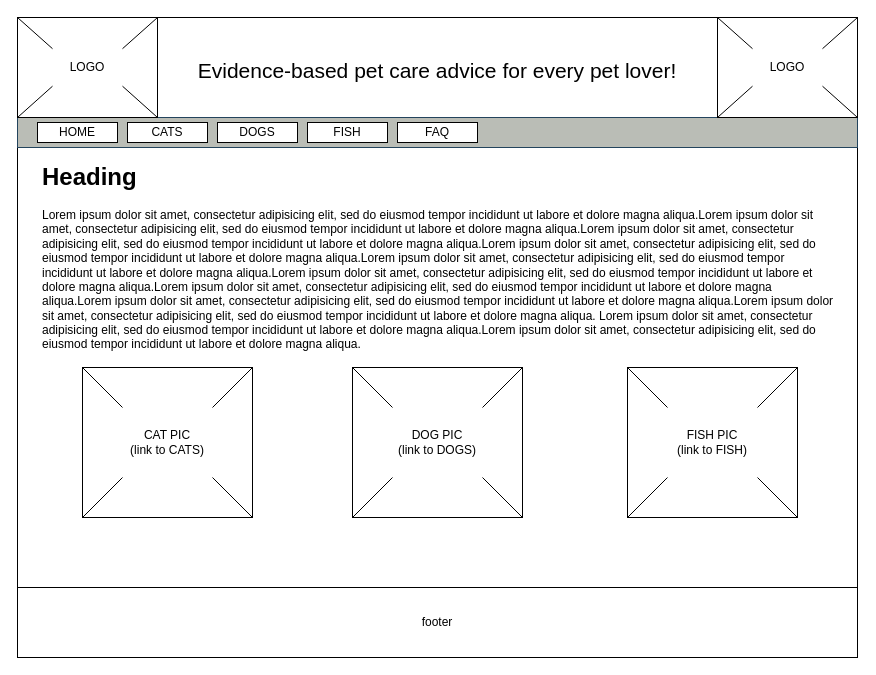
Before: wireframe.drawio in airbaggrenade/WGU-D284, a draw.io diagram. Source tidied: cells renumbered, new cells numbered last; positions are measured from the earlier drawing's top-left corner, leaving out a move shared by most shapes. Both pictures are drawn from the tidied source at 100%, with x=0, y=0 at pixel (17, 17).
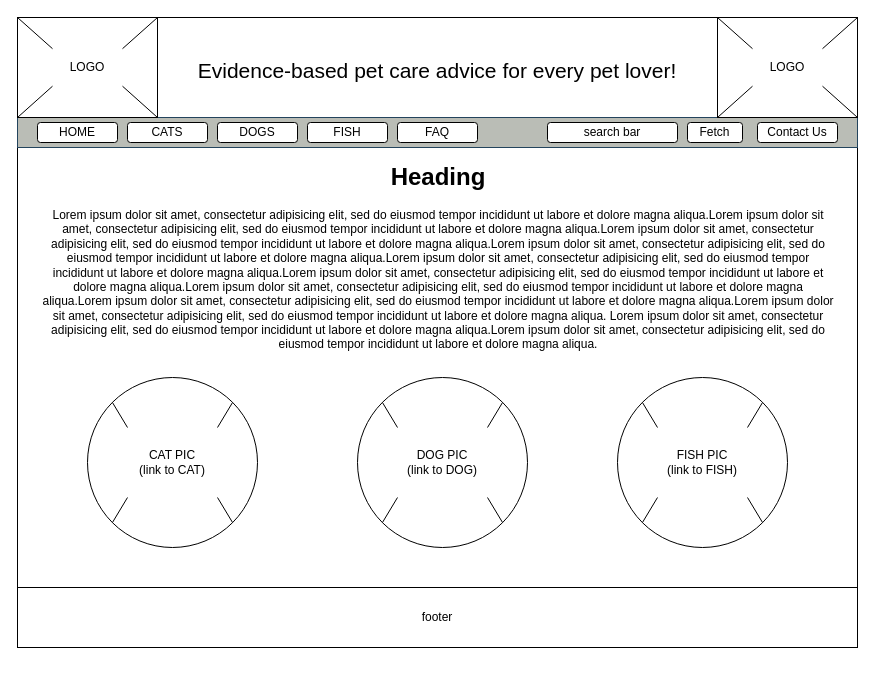
After the change.

Diff of the diagram source:
```diff
@@
     <mxCell id="2" style="rounded=0;whiteSpace=wrap;html=1;" parent="1" vertex="1">
-      <mxGeometry width="840" height="640" as="geometry" />
+      <mxGeometry width="840" height="630" as="geometry" />
     </mxCell>
@@
-    <mxCell id="5" value="HOME" style="rounded=0;whiteSpace=wrap;html=1;" parent="1" vertex="1">
+    <mxCell id="5" value="HOME" style="rounded=1;whiteSpace=wrap;html=1;glass=0;" parent="1" vertex="1">
       <mxGeometry x="20" y="105" width="80" height="20" as="geometry" />
     </mxCell>
-    <mxCell id="6" value="CATS" style="rounded=0;whiteSpace=wrap;html=1;" parent="1" vertex="1">
+    <mxCell id="6" value="CATS" style="rounded=1;whiteSpace=wrap;html=1;" parent="1" vertex="1">
       <mxGeometry x="110" y="105" width="80" height="20" as="geometry" />
     </mxCell>
-    <mxCell id="7" value="DOGS" style="rounded=0;whiteSpace=wrap;html=1;" parent="1" vertex="1">
+    <mxCell id="7" value="DOGS" style="rounded=1;whiteSpace=wrap;html=1;" parent="1" vertex="1">
       <mxGeometry x="200" y="105" width="80" height="20" as="geometry" />
     </mxCell>
-    <mxCell id="8" value="FISH" style="rounded=0;whiteSpace=wrap;html=1;" parent="1" vertex="1">
+    <mxCell id="8" value="FISH" style="rounded=1;whiteSpace=wrap;html=1;" parent="1" vertex="1">
       <mxGeometry x="290" y="105" width="80" height="20" as="geometry" />
     </mxCell>
-    <mxCell id="9" value="FAQ" style="rounded=0;whiteSpace=wrap;html=1;" parent="1" vertex="1">
+    <mxCell id="9" value="FAQ" style="rounded=1;whiteSpace=wrap;html=1;" parent="1" vertex="1">
       <mxGeometry x="380" y="105" width="80" height="20" as="geometry" />
     </mxCell>
-    <mxCell id="10" value="&lt;h1&gt;Heading&lt;/h1&gt;&lt;p&gt;Lorem ipsum dolor sit amet, consectetur adipisicing elit, sed do eiusmod tempor incididunt ut labore et dolore magna aliqua.Lorem ipsum dolor sit amet, consectetur adipisicing elit, sed do eiusmod tempor incididunt ut labore et dolore magna aliqua.Lorem ipsum dolor sit amet, consectetur adipisicing elit, sed do eiusmod tempor incididunt ut labore et dolore magna aliqua.Lorem ipsum dolor sit amet, consectetur adipisicing elit, sed do eiusmod tempor incididunt ut labore et dolore magna aliqua.Lorem ipsum dolor sit amet, consectetur adipisicing elit, sed do eiusmod tempor incididunt ut labore et dolore magna aliqua.Lorem ipsum dolor sit amet, consectetur adipisicing elit, sed do eiusmod tempor incididunt ut labore et dolore magna aliqua.Lorem ipsum dolor sit amet, consectetur adipisicing elit, sed do eiusmod tempor incididunt ut labore et dolore magna aliqua.Lorem ipsum dolor sit amet, consectetur adipisicing elit, sed do eiusmod tempor incididunt ut labore et dolore magna aliqua.Lorem ipsum dolor sit amet, consectetur adipisicing elit, sed do eiusmod tempor incididunt ut labore et dolore magna aliqua. Lorem ipsum dolor sit amet, consectetur adipisicing elit, sed do eiusmod tempor incididunt ut labore et dolore magna aliqua.Lorem ipsum dolor sit amet, consectetur adipisicing elit, sed do eiusmod tempor incididunt ut labore et dolore magna aliqua.&lt;/p&gt;" style="text;html=1;spacing=5;spacingTop=-20;whiteSpace=wrap;overflow=hidden;rounded=0;" parent="1" vertex="1">
+    <mxCell id="10" value="&lt;h1 align=&quot;center&quot;&gt;Heading&lt;/h1&gt;&lt;p align=&quot;center&quot;&gt;Lorem ipsum dolor sit amet, consectetur adipisicing elit, sed do eiusmod tempor incididunt ut labore et dolore magna aliqua.Lorem ipsum dolor sit amet, consectetur adipisicing elit, sed do eiusmod tempor incididunt ut labore et dolore magna aliqua.Lorem ipsum dolor sit amet, consectetur adipisicing elit, sed do eiusmod tempor incididunt ut labore et dolore magna aliqua.Lorem ipsum dolor sit amet, consectetur adipisicing elit, sed do eiusmod tempor incididunt ut labore et dolore magna aliqua.Lorem ipsum dolor sit amet, consectetur adipisicing elit, sed do eiusmod tempor incididunt ut labore et dolore magna aliqua.Lorem ipsum dolor sit amet, consectetur adipisicing elit, sed do eiusmod tempor incididunt ut labore et dolore magna aliqua.Lorem ipsum dolor sit amet, consectetur adipisicing elit, sed do eiusmod tempor incididunt ut labore et dolore magna aliqua.Lorem ipsum dolor sit amet, consectetur adipisicing elit, sed do eiusmod tempor incididunt ut labore et dolore magna aliqua.Lorem ipsum dolor sit amet, consectetur adipisicing elit, sed do eiusmod tempor incididunt ut labore et dolore magna aliqua. Lorem ipsum dolor sit amet, consectetur adipisicing elit, sed do eiusmod tempor incididunt ut labore et dolore magna aliqua.Lorem ipsum dolor sit amet, consectetur adipisicing elit, sed do eiusmod tempor incididunt ut labore et dolore magna aliqua.&lt;/p&gt;" style="text;html=1;spacing=5;spacingTop=-20;whiteSpace=wrap;overflow=hidden;rounded=0;" parent="1" vertex="1">
       <mxGeometry x="20" y="140" width="800" height="200" as="geometry" />
     </mxCell>
-    <mxCell id="11" style="group;" parent="1" vertex="1">
-      <mxGeometry x="610" y="350" width="170" height="150" as="geometry" />
-    </mxCell>
-    <mxCell id="12" style="rounded=0;whiteSpace=wrap;html=1;" parent="11" vertex="1">
-      <mxGeometry width="170" height="150" as="geometry" />
-    </mxCell>
-    <mxCell id="13" style="endArrow=none;html=1;rounded=0;exitX=0;exitY=1;exitDx=0;exitDy=0;entryX=0;entryY=1;entryDx=0;entryDy=0;" parent="11" edge="1" source="12" target="15">
-      <mxGeometry relative="1" as="geometry" />
-    </mxCell>
-    <mxCell id="14" style="endArrow=none;html=1;rounded=0;exitX=1;exitY=1;exitDx=0;exitDy=0;entryX=1;entryY=1;entryDx=0;entryDy=0;" parent="11" edge="1" source="15" target="12">
-      <mxGeometry relative="1" as="geometry" />
-    </mxCell>
-    <mxCell id="15" value="&lt;div&gt;FISH PIC&lt;/div&gt;&lt;div&gt;(link to FISH)&lt;br&gt;&lt;/div&gt;" style="text;html=1;align=center;verticalAlign=middle;whiteSpace=wrap;rounded=0;" parent="11" vertex="1">
-      <mxGeometry x="40" y="40" width="90" height="70" as="geometry" />
-    </mxCell>
-    <mxCell id="16" style="endArrow=none;html=1;rounded=0;entryX=1;entryY=0;entryDx=0;entryDy=0;exitX=1;exitY=0;exitDx=0;exitDy=0;" parent="11" edge="1" source="15" target="12">
-      <mxGeometry relative="1" as="geometry" />
-    </mxCell>
-    <mxCell id="17" style="endArrow=none;html=1;rounded=0;entryX=0;entryY=0;entryDx=0;entryDy=0;exitX=0;exitY=0;exitDx=0;exitDy=0;" parent="11" edge="1" source="15" target="12">
-      <mxGeometry relative="1" as="geometry" />
-    </mxCell>
-    <mxCell id="18" style="group;" parent="1" vertex="1">
-      <mxGeometry x="335" y="350" width="170" height="150" as="geometry" />
-    </mxCell>
-    <mxCell id="19" style="rounded=0;whiteSpace=wrap;html=1;" parent="18" vertex="1">
-      <mxGeometry width="170" height="150" as="geometry" />
-    </mxCell>
-    <mxCell id="20" style="endArrow=none;html=1;rounded=0;exitX=0;exitY=1;exitDx=0;exitDy=0;entryX=0;entryY=1;entryDx=0;entryDy=0;" parent="18" edge="1" source="19" target="22">
-      <mxGeometry relative="1" as="geometry" />
-    </mxCell>
-    <mxCell id="21" style="endArrow=none;html=1;rounded=0;exitX=1;exitY=1;exitDx=0;exitDy=0;entryX=1;entryY=1;entryDx=0;entryDy=0;" parent="18" edge="1" source="22" target="19">
-      <mxGeometry relative="1" as="geometry" />
-    </mxCell>
-    <mxCell id="22" value="&lt;div&gt;DOG PIC&lt;/div&gt;&lt;div&gt;(link to DOGS)&lt;br&gt;&lt;/div&gt;" style="text;html=1;align=center;verticalAlign=middle;whiteSpace=wrap;rounded=0;" parent="18" vertex="1">
-      <mxGeometry x="40" y="40" width="90" height="70" as="geometry" />
-    </mxCell>
-    <mxCell id="23" style="endArrow=none;html=1;rounded=0;entryX=1;entryY=0;entryDx=0;entryDy=0;exitX=1;exitY=0;exitDx=0;exitDy=0;" parent="18" edge="1" source="22" target="19">
-      <mxGeometry relative="1" as="geometry" />
-    </mxCell>
-    <mxCell id="24" style="endArrow=none;html=1;rounded=0;entryX=0;entryY=0;entryDx=0;entryDy=0;exitX=0;exitY=0;exitDx=0;exitDy=0;" parent="18" edge="1" source="22" target="19">
-      <mxGeometry relative="1" as="geometry" />
-    </mxCell>
-    <mxCell id="25" style="group;" parent="1" vertex="1">
-      <mxGeometry x="65" y="350" width="170" height="150" as="geometry" />
-    </mxCell>
-    <mxCell id="26" style="rounded=0;whiteSpace=wrap;html=1;" parent="25" vertex="1">
-      <mxGeometry width="170" height="150" as="geometry" />
-    </mxCell>
-    <mxCell id="27" style="endArrow=none;html=1;rounded=0;exitX=0;exitY=1;exitDx=0;exitDy=0;entryX=0;entryY=1;entryDx=0;entryDy=0;" parent="25" edge="1" source="26" target="29">
-      <mxGeometry relative="1" as="geometry" />
-    </mxCell>
-    <mxCell id="28" style="endArrow=none;html=1;rounded=0;exitX=1;exitY=1;exitDx=0;exitDy=0;entryX=1;entryY=1;entryDx=0;entryDy=0;" parent="25" edge="1" source="29" target="26">
-      <mxGeometry relative="1" as="geometry" />
-    </mxCell>
-    <mxCell id="29" value="&lt;div&gt;CAT PIC&lt;/div&gt;&lt;div&gt;(link to CATS)&lt;br&gt;&lt;/div&gt;" style="text;html=1;align=center;verticalAlign=middle;whiteSpace=wrap;rounded=0;" parent="25" vertex="1">
-      <mxGeometry x="40" y="40" width="90" height="70" as="geometry" />
-    </mxCell>
-    <mxCell id="30" style="endArrow=none;html=1;rounded=0;entryX=1;entryY=0;entryDx=0;entryDy=0;exitX=1;exitY=0;exitDx=0;exitDy=0;" parent="25" edge="1" source="29" target="26">
-      <mxGeometry relative="1" as="geometry" />
-    </mxCell>
-    <mxCell id="31" style="endArrow=none;html=1;rounded=0;entryX=0;entryY=0;entryDx=0;entryDy=0;exitX=0;exitY=0;exitDx=0;exitDy=0;" parent="25" edge="1" source="29" target="26">
-      <mxGeometry relative="1" as="geometry" />
-    </mxCell>
     <mxCell id="32" value="footer" style="rounded=0;whiteSpace=wrap;html=1;" parent="1" vertex="1">
-      <mxGeometry y="570" width="840" height="70" as="geometry" />
+      <mxGeometry y="570" width="840" height="60" as="geometry" />
     </mxCell>
@@
+    <mxCell id="47" style="group;" parent="1" vertex="1">
+      <mxGeometry x="600" y="360" width="170" height="170" as="geometry" />
+    </mxCell>
+    <mxCell id="48" style="ellipse;whiteSpace=wrap;html=1;" parent="47" vertex="1">
+      <mxGeometry width="170" height="170" as="geometry" />
+    </mxCell>
+    <mxCell id="15" value="&lt;div&gt;FISH PIC&lt;/div&gt;&lt;div&gt;(link to FISH)&lt;br&gt;&lt;/div&gt;" style="text;html=1;align=center;verticalAlign=middle;whiteSpace=wrap;rounded=0;" parent="47" vertex="1">
+      <mxGeometry x="40" y="50" width="90" height="70" as="geometry" />
+    </mxCell>
+    <mxCell id="49" style="endArrow=none;html=1;rounded=0;exitX=1;exitY=1;exitDx=0;exitDy=0;entryX=1;entryY=1;entryDx=0;entryDy=0;" parent="47" edge="1" source="48" target="15">
+      <mxGeometry relative="1" as="geometry" />
+    </mxCell>
+    <mxCell id="50" style="endArrow=none;html=1;rounded=0;exitX=0;exitY=1;exitDx=0;exitDy=0;entryX=0;entryY=1;entryDx=0;entryDy=0;" parent="47" edge="1" source="48" target="15">
+      <mxGeometry relative="1" as="geometry" />
+    </mxCell>
+    <mxCell id="51" style="endArrow=none;html=1;rounded=0;exitX=1;exitY=0;exitDx=0;exitDy=0;entryX=1;entryY=0;entryDx=0;entryDy=0;" parent="47" edge="1" source="15" target="48">
+      <mxGeometry relative="1" as="geometry" />
+    </mxCell>
+    <mxCell id="52" style="endArrow=none;html=1;rounded=0;exitX=0;exitY=0;exitDx=0;exitDy=0;entryX=0;entryY=0;entryDx=0;entryDy=0;" parent="47" edge="1" source="15" target="48">
+      <mxGeometry relative="1" as="geometry" />
+    </mxCell>
+    <mxCell id="53" style="group;" parent="1" vertex="1">
+      <mxGeometry x="340" y="360" width="170" height="170" as="geometry" />
+    </mxCell>
+    <mxCell id="54" style="ellipse;whiteSpace=wrap;html=1;" parent="53" vertex="1">
+      <mxGeometry width="170" height="170" as="geometry" />
+    </mxCell>
+    <mxCell id="55" value="&lt;div&gt;DOG PIC&lt;/div&gt;&lt;div&gt;(link to DOG)&lt;br&gt;&lt;/div&gt;" style="text;html=1;align=center;verticalAlign=middle;whiteSpace=wrap;rounded=0;" parent="53" vertex="1">
+      <mxGeometry x="40" y="50" width="90" height="70" as="geometry" />
+    </mxCell>
+    <mxCell id="56" style="endArrow=none;html=1;rounded=0;exitX=1;exitY=1;exitDx=0;exitDy=0;entryX=1;entryY=1;entryDx=0;entryDy=0;" parent="53" edge="1" source="54" target="55">
+      <mxGeometry relative="1" as="geometry" />
+    </mxCell>
+    <mxCell id="57" style="endArrow=none;html=1;rounded=0;exitX=0;exitY=1;exitDx=0;exitDy=0;entryX=0;entryY=1;entryDx=0;entryDy=0;" parent="53" edge="1" source="54" target="55">
+      <mxGeometry relative="1" as="geometry" />
+    </mxCell>
+    <mxCell id="58" style="endArrow=none;html=1;rounded=0;exitX=1;exitY=0;exitDx=0;exitDy=0;entryX=1;entryY=0;entryDx=0;entryDy=0;" parent="53" edge="1" source="55" target="54">
+      <mxGeometry relative="1" as="geometry" />
+    </mxCell>
+    <mxCell id="59" style="endArrow=none;html=1;rounded=0;exitX=0;exitY=0;exitDx=0;exitDy=0;entryX=0;entryY=0;entryDx=0;entryDy=0;" parent="53" edge="1" source="55" target="54">
+      <mxGeometry relative="1" as="geometry" />
+    </mxCell>
+    <mxCell id="60" style="group;" parent="1" vertex="1">
+      <mxGeometry x="70" y="360" width="170" height="170" as="geometry" />
+    </mxCell>
+    <mxCell id="61" style="ellipse;whiteSpace=wrap;html=1;" parent="60" vertex="1">
+      <mxGeometry width="170" height="170" as="geometry" />
+    </mxCell>
+    <mxCell id="62" value="&lt;div&gt;CAT PIC&lt;/div&gt;&lt;div&gt;(link to CAT)&lt;br&gt;&lt;/div&gt;" style="text;html=1;align=center;verticalAlign=middle;whiteSpace=wrap;rounded=0;" parent="60" vertex="1">
+      <mxGeometry x="40" y="50" width="90" height="70" as="geometry" />
+    </mxCell>
+    <mxCell id="63" style="endArrow=none;html=1;rounded=0;exitX=1;exitY=1;exitDx=0;exitDy=0;entryX=1;entryY=1;entryDx=0;entryDy=0;" parent="60" edge="1" source="61" target="62">
+      <mxGeometry relative="1" as="geometry" />
+    </mxCell>
+    <mxCell id="64" style="endArrow=none;html=1;rounded=0;exitX=0;exitY=1;exitDx=0;exitDy=0;entryX=0;entryY=1;entryDx=0;entryDy=0;" parent="60" edge="1" source="61" target="62">
+      <mxGeometry relative="1" as="geometry" />
+    </mxCell>
+    <mxCell id="65" style="endArrow=none;html=1;rounded=0;exitX=1;exitY=0;exitDx=0;exitDy=0;entryX=1;entryY=0;entryDx=0;entryDy=0;" parent="60" edge="1" source="62" target="61">
+      <mxGeometry relative="1" as="geometry" />
+    </mxCell>
+    <mxCell id="66" style="endArrow=none;html=1;rounded=0;exitX=0;exitY=0;exitDx=0;exitDy=0;entryX=0;entryY=0;entryDx=0;entryDy=0;" parent="60" edge="1" source="62" target="61">
+      <mxGeometry relative="1" as="geometry" />
+    </mxCell>
+    <mxCell id="67" value="Contact Us" style="rounded=1;whiteSpace=wrap;html=1;" parent="1" vertex="1">
+      <mxGeometry x="740" y="105" width="80" height="20" as="geometry" />
+    </mxCell>
+    <mxCell id="68" value="search bar" style="rounded=1;whiteSpace=wrap;html=1;" parent="1" vertex="1">
+      <mxGeometry x="530" y="105" width="130" height="20" as="geometry" />
+    </mxCell>
+    <mxCell id="69" value="Fetch" style="rounded=1;whiteSpace=wrap;html=1;" parent="1" vertex="1">
+      <mxGeometry x="670" y="105" width="55" height="20" as="geometry" />
+    </mxCell>
```
